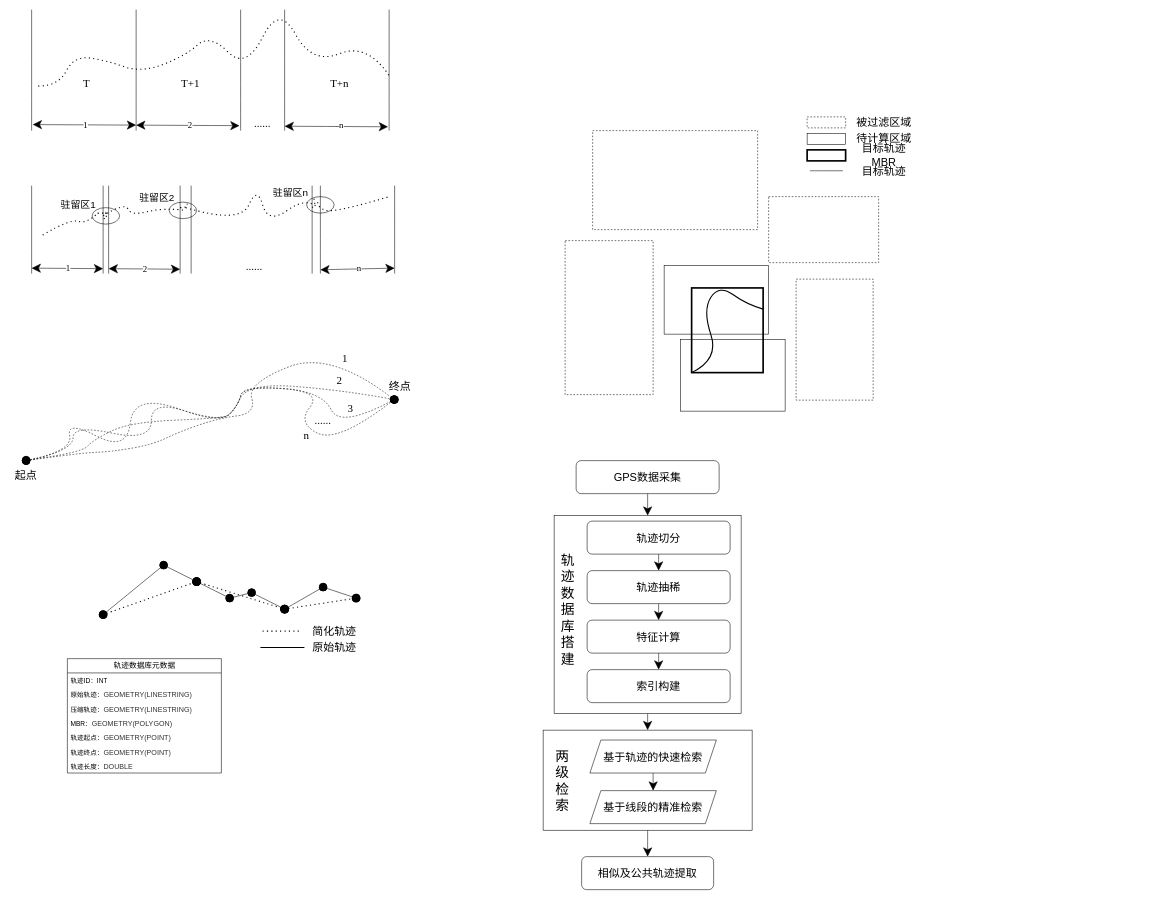
Above: 专利2.drawio in wangwuhua11/draw (draw.io), before the change. Source tidied: cells renumbered, new cells numbered last; positions are measured from the earlier drawing's top-left corner, leaving out a move shared by most shapes. Both pictures are drawn from the tidied source at 55%, with x=0, y=0 at pixel (9, 4).
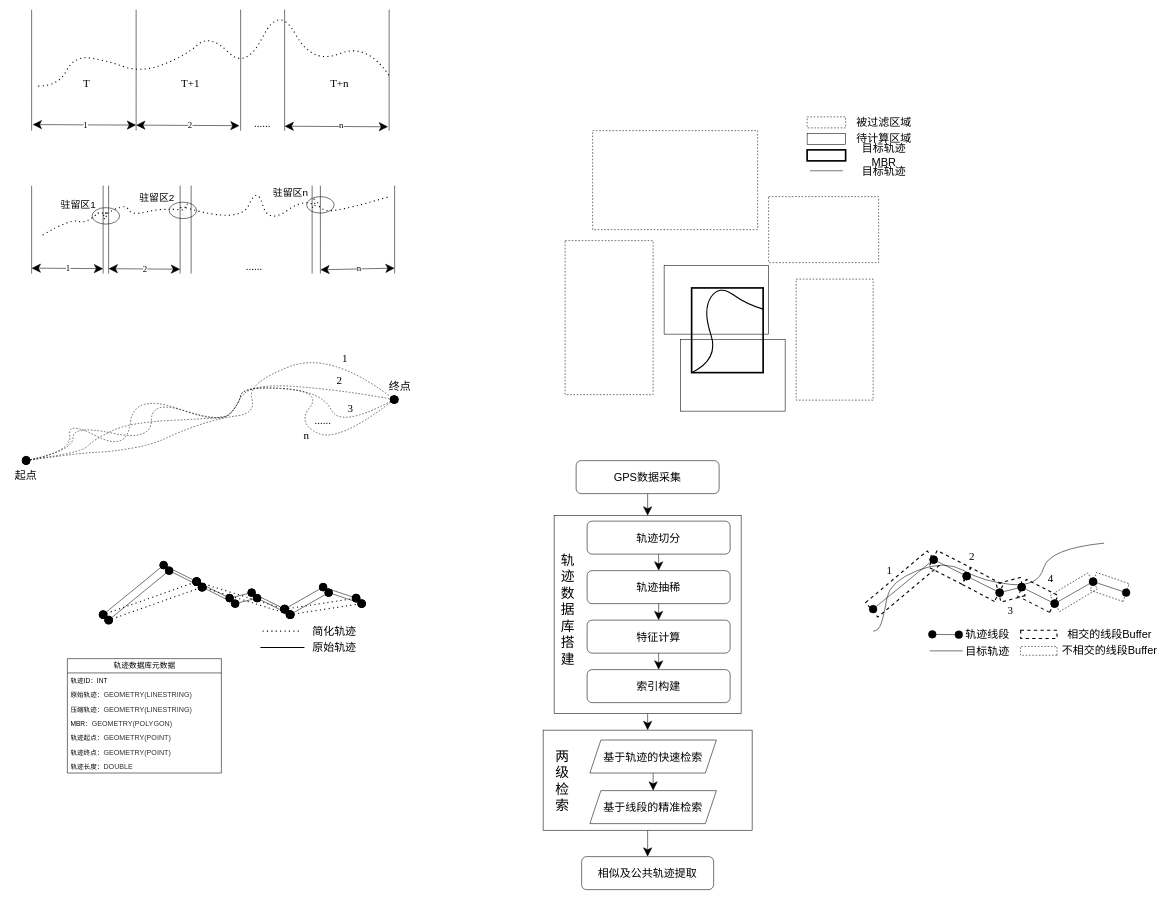
The same diagram, later.

What changed in the source:
```diff
@@
+    <mxCell id="118" style="endArrow=oval;html=1;rounded=0;fontFamily=Architects Daughter;fontSize=16;startSize=14;endSize=14;sourcePerimeterSpacing=8;targetPerimeterSpacing=8;curved=1;startArrow=oval;startFill=1;endFill=1;" parent="1" edge="1">
+      <mxGeometry relative="1" as="geometry">
+        <mxPoint x="180" y="1120" as="sourcePoint" />
+        <mxPoint x="290" y="1030" as="targetPoint" />
+      </mxGeometry>
+    </mxCell>
+    <mxCell id="119" style="endArrow=oval;html=1;rounded=0;fontFamily=Architects Daughter;fontSize=16;startSize=14;endSize=14;sourcePerimeterSpacing=8;targetPerimeterSpacing=8;curved=1;startArrow=oval;startFill=1;endFill=1;" parent="1" edge="1">
+      <mxGeometry relative="1" as="geometry">
+        <mxPoint x="290" y="1030" as="sourcePoint" />
+        <mxPoint x="350" y="1060" as="targetPoint" />
+      </mxGeometry>
+    </mxCell>
+    <mxCell id="120" style="endArrow=oval;html=1;rounded=0;fontFamily=Architects Daughter;fontSize=16;startSize=14;endSize=14;sourcePerimeterSpacing=8;targetPerimeterSpacing=8;curved=1;startArrow=oval;startFill=1;endFill=1;" parent="1" edge="1">
+      <mxGeometry relative="1" as="geometry">
+        <mxPoint x="350" y="1060" as="sourcePoint" />
+        <mxPoint x="410" y="1090" as="targetPoint" />
+      </mxGeometry>
+    </mxCell>
+    <mxCell id="121" style="endArrow=oval;html=1;rounded=0;fontFamily=Architects Daughter;fontSize=16;startSize=14;endSize=14;sourcePerimeterSpacing=8;targetPerimeterSpacing=8;curved=1;startArrow=oval;startFill=1;endFill=1;" parent="1" edge="1">
+      <mxGeometry relative="1" as="geometry">
+        <mxPoint x="410" y="1090" as="sourcePoint" />
+        <mxPoint x="450" y="1080" as="targetPoint" />
+      </mxGeometry>
+    </mxCell>
+    <mxCell id="122" style="endArrow=oval;html=1;rounded=0;fontFamily=Architects Daughter;fontSize=16;startSize=14;endSize=14;sourcePerimeterSpacing=8;targetPerimeterSpacing=8;curved=1;startArrow=oval;startFill=1;endFill=1;" parent="1" edge="1">
+      <mxGeometry relative="1" as="geometry">
+        <mxPoint x="450" y="1080" as="sourcePoint" />
+        <mxPoint x="510" y="1110" as="targetPoint" />
+      </mxGeometry>
+    </mxCell>
+    <mxCell id="123" style="endArrow=oval;html=1;rounded=0;fontFamily=Architects Daughter;fontSize=16;startSize=14;endSize=14;sourcePerimeterSpacing=8;targetPerimeterSpacing=8;curved=1;startArrow=oval;startFill=1;endFill=1;" parent="1" edge="1">
+      <mxGeometry relative="1" as="geometry">
+        <mxPoint x="510" y="1110" as="sourcePoint" />
+        <mxPoint x="580" y="1070" as="targetPoint" />
+      </mxGeometry>
+    </mxCell>
+    <mxCell id="124" style="endArrow=oval;html=1;rounded=0;fontFamily=Architects Daughter;fontSize=16;startSize=14;endSize=14;sourcePerimeterSpacing=8;targetPerimeterSpacing=8;curved=1;startArrow=oval;startFill=1;endFill=1;" parent="1" edge="1">
+      <mxGeometry relative="1" as="geometry">
+        <mxPoint x="580" y="1070" as="sourcePoint" />
+        <mxPoint x="640" y="1090" as="targetPoint" />
+      </mxGeometry>
+    </mxCell>
+    <mxCell id="125" style="endArrow=oval;dashed=1;html=1;dashPattern=1 3;strokeWidth=2;rounded=0;fontFamily=Architects Daughter;fontSize=16;startSize=14;endSize=14;sourcePerimeterSpacing=8;targetPerimeterSpacing=8;curved=1;startArrow=oval;startFill=1;endFill=1;" parent="1" edge="1">
+      <mxGeometry relative="1" as="geometry">
+        <mxPoint x="180" y="1120" as="sourcePoint" />
+        <mxPoint x="350" y="1060" as="targetPoint" />
+      </mxGeometry>
+    </mxCell>
+    <mxCell id="126" style="endArrow=oval;dashed=1;html=1;dashPattern=1 3;strokeWidth=2;rounded=0;fontFamily=Architects Daughter;fontSize=16;startSize=14;endSize=14;sourcePerimeterSpacing=8;targetPerimeterSpacing=8;curved=1;startArrow=oval;startFill=1;endFill=1;" parent="1" edge="1">
+      <mxGeometry relative="1" as="geometry">
+        <mxPoint x="350" y="1060" as="sourcePoint" />
+        <mxPoint x="510" y="1110" as="targetPoint" />
+      </mxGeometry>
+    </mxCell>
+    <mxCell id="127" style="endArrow=oval;dashed=1;html=1;dashPattern=1 3;strokeWidth=2;rounded=0;fontFamily=Architects Daughter;fontSize=16;startSize=14;endSize=14;sourcePerimeterSpacing=8;targetPerimeterSpacing=8;curved=1;startArrow=oval;startFill=1;endFill=1;" parent="1" edge="1">
+      <mxGeometry relative="1" as="geometry">
+        <mxPoint x="510" y="1110" as="sourcePoint" />
+        <mxPoint x="640" y="1090" as="targetPoint" />
+      </mxGeometry>
+    </mxCell>
+    <mxCell id="128" style="endArrow=oval;html=1;rounded=0;fontFamily=Architects Daughter;fontSize=16;startSize=14;endSize=14;sourcePerimeterSpacing=8;targetPerimeterSpacing=8;curved=1;startArrow=oval;startFill=1;endFill=1;" parent="1" edge="1">
+      <mxGeometry relative="1" as="geometry">
+        <mxPoint x="1570" y="1100" as="sourcePoint" />
+        <mxPoint x="1680" y="1010" as="targetPoint" />
+      </mxGeometry>
+    </mxCell>
+    <mxCell id="129" style="endArrow=oval;html=1;rounded=0;fontFamily=Architects Daughter;fontSize=16;startSize=14;endSize=14;sourcePerimeterSpacing=8;targetPerimeterSpacing=8;curved=1;startArrow=oval;startFill=1;endFill=1;" parent="1" edge="1">
+      <mxGeometry relative="1" as="geometry">
+        <mxPoint x="1680" y="1010" as="sourcePoint" />
+        <mxPoint x="1740" y="1040" as="targetPoint" />
+      </mxGeometry>
+    </mxCell>
+    <mxCell id="130" style="endArrow=oval;html=1;rounded=0;fontFamily=Architects Daughter;fontSize=16;startSize=14;endSize=14;sourcePerimeterSpacing=8;targetPerimeterSpacing=8;curved=1;startArrow=oval;startFill=1;endFill=1;" parent="1" edge="1">
+      <mxGeometry relative="1" as="geometry">
+        <mxPoint x="1740" y="1040" as="sourcePoint" />
+        <mxPoint x="1800" y="1070" as="targetPoint" />
+      </mxGeometry>
+    </mxCell>
+    <mxCell id="131" style="endArrow=oval;html=1;rounded=0;fontFamily=Architects Daughter;fontSize=16;startSize=14;endSize=14;sourcePerimeterSpacing=8;targetPerimeterSpacing=8;curved=1;startArrow=oval;startFill=1;endFill=1;" parent="1" edge="1">
+      <mxGeometry relative="1" as="geometry">
+        <mxPoint x="1800" y="1070" as="sourcePoint" />
+        <mxPoint x="1840" y="1060" as="targetPoint" />
+      </mxGeometry>
+    </mxCell>
+    <mxCell id="132" style="endArrow=oval;html=1;rounded=0;fontFamily=Architects Daughter;fontSize=16;startSize=14;endSize=14;sourcePerimeterSpacing=8;targetPerimeterSpacing=8;curved=1;startArrow=oval;startFill=1;endFill=1;" parent="1" edge="1">
+      <mxGeometry relative="1" as="geometry">
+        <mxPoint x="1840" y="1060" as="sourcePoint" />
+        <mxPoint x="1900" y="1090" as="targetPoint" />
+      </mxGeometry>
+    </mxCell>
+    <mxCell id="133" style="endArrow=oval;html=1;rounded=0;fontFamily=Architects Daughter;fontSize=16;startSize=14;endSize=14;sourcePerimeterSpacing=8;targetPerimeterSpacing=8;curved=1;startArrow=oval;startFill=1;endFill=1;" parent="1" edge="1">
+      <mxGeometry relative="1" as="geometry">
+        <mxPoint x="1900" y="1090" as="sourcePoint" />
+        <mxPoint x="1970" y="1050" as="targetPoint" />
+      </mxGeometry>
+    </mxCell>
+    <mxCell id="134" style="endArrow=oval;html=1;rounded=0;fontFamily=Architects Daughter;fontSize=16;startSize=14;endSize=14;sourcePerimeterSpacing=8;targetPerimeterSpacing=8;curved=1;startArrow=oval;startFill=1;endFill=1;" parent="1" edge="1">
+      <mxGeometry relative="1" as="geometry">
+        <mxPoint x="1970" y="1050" as="sourcePoint" />
+        <mxPoint x="2030" y="1070" as="targetPoint" />
+      </mxGeometry>
+    </mxCell>
+    <mxCell id="135" style="rounded=0;whiteSpace=wrap;html=1;fontFamily=Architects Daughter;rotation=117;dashed=1;direction=south;fillColor=none;strokeWidth=2;" parent="1" vertex="1">
+      <mxGeometry x="1692" y="990" width="34.2" height="68" as="geometry" />
+    </mxCell>
+    <mxCell id="136" style="rounded=0;whiteSpace=wrap;html=1;fontFamily=Architects Daughter;rotation=-40;dashed=1;fillColor=none;strokeWidth=2;" parent="1" vertex="1">
+      <mxGeometry x="1550.4" y="1037.1" width="146" height="34.4" as="geometry" />
+    </mxCell>
+    <mxCell id="137" style="rounded=0;whiteSpace=wrap;html=1;fontFamily=Architects Daughter;rotation=118;dashed=1;direction=south;fillColor=none;strokeWidth=2;" parent="1" vertex="1">
+      <mxGeometry x="1752.1" y="1022.2" width="34.2" height="66.3" as="geometry" />
+    </mxCell>
+    <mxCell id="138" style="rounded=0;whiteSpace=wrap;html=1;fontFamily=Architects Daughter;rotation=75;dashed=1;direction=south;fillColor=none;strokeWidth=2;" parent="1" vertex="1">
+      <mxGeometry x="1802.9" y="1042.2" width="34.2" height="45.3" as="geometry" />
+    </mxCell>
+    <mxCell id="139" style="rounded=0;whiteSpace=wrap;html=1;fontFamily=Architects Daughter;rotation=117;dashed=1;direction=south;fillColor=none;strokeWidth=2;" parent="1" vertex="1">
+      <mxGeometry x="1852.6" y="1043.4" width="34.2" height="65" as="geometry" />
+    </mxCell>
+    <mxCell id="140" style="rounded=0;whiteSpace=wrap;html=1;fontFamily=Architects Daughter;rotation=59;dashed=1;direction=south;fillColor=none;" parent="1" vertex="1">
+      <mxGeometry x="1917.8" y="1029.3" width="34" height="80" as="geometry" />
+    </mxCell>
+    <mxCell id="141" style="rounded=0;whiteSpace=wrap;html=1;fontFamily=Architects Daughter;rotation=109;dashed=1;direction=south;fillColor=none;" parent="1" vertex="1">
+      <mxGeometry x="1983" y="1028.2" width="34.2" height="63" as="geometry" />
+    </mxCell>
+    <mxCell id="142" style="curved=1;endArrow=none;html=1;rounded=0;fontFamily=Architects Daughter;fontSize=16;startSize=14;endSize=14;sourcePerimeterSpacing=8;targetPerimeterSpacing=8;endFill=0;" parent="1" edge="1">
+      <mxGeometry relative="1" as="geometry">
+        <mxPoint x="1570" y="1140" as="sourcePoint" />
+        <mxPoint x="1990" y="980" as="targetPoint" />
+        <Array as="points">
+          <mxPoint x="1580" y="1140" />
+          <mxPoint x="1590" y="1110" />
+          <mxPoint x="1600" y="1050" />
+          <mxPoint x="1700" y="1010" />
+          <mxPoint x="1770" y="1050" />
+          <mxPoint x="1870" y="1060" />
+          <mxPoint x="1890" y="990" />
+        </Array>
+      </mxGeometry>
+    </mxCell>
+    <mxCell id="143" style="endArrow=oval;html=1;rounded=0;fontFamily=Architects Daughter;fontSize=16;startSize=14;endSize=14;sourcePerimeterSpacing=8;targetPerimeterSpacing=8;curved=1;startArrow=oval;startFill=1;endFill=1;" parent="1" edge="1">
+      <mxGeometry relative="1" as="geometry">
+        <mxPoint x="1677.6" y="1145.9" as="sourcePoint" />
+        <mxPoint x="1725.8" y="1146.5" as="targetPoint" />
+      </mxGeometry>
+    </mxCell>
+    <mxCell id="144" value="&lt;font face=&quot;宋体&quot;&gt;轨迹线段&lt;/font&gt;" style="text;html=1;align=center;verticalAlign=middle;whiteSpace=wrap;rounded=0;fontSize=20;fontFamily=Architects Daughter;" parent="1" vertex="1">
+      <mxGeometry x="1732.8" y="1130.9" width="90" height="30" as="geometry" />
+    </mxCell>
+    <mxCell id="145" style="endArrow=none;html=1;rounded=0;fontFamily=Architects Daughter;fontSize=16;startSize=14;endSize=14;sourcePerimeterSpacing=8;targetPerimeterSpacing=8;curved=1;" parent="1" edge="1">
+      <mxGeometry relative="1" as="geometry">
+        <mxPoint x="1672.8" y="1175.9" as="sourcePoint" />
+        <mxPoint x="1732.8" y="1175.9" as="targetPoint" />
+      </mxGeometry>
+    </mxCell>
+    <mxCell id="146" value="&lt;font face=&quot;宋体&quot;&gt;目标轨迹&lt;/font&gt;" style="text;html=1;align=center;verticalAlign=middle;whiteSpace=wrap;rounded=0;fontSize=20;fontFamily=Architects Daughter;" parent="1" vertex="1">
+      <mxGeometry x="1732.8" y="1160.9" width="90" height="30" as="geometry" />
+    </mxCell>
+    <mxCell id="147" style="rounded=0;whiteSpace=wrap;html=1;fontFamily=Architects Daughter;rotation=0;dashed=1;fillColor=none;strokeWidth=2;" parent="1" vertex="1">
+      <mxGeometry x="1838.3" y="1138.4" width="66" height="15" as="geometry" />
+    </mxCell>
+    <mxCell id="148" style="rounded=0;whiteSpace=wrap;html=1;fontFamily=Architects Daughter;rotation=90;dashed=1;direction=south;fillColor=none;" parent="1" vertex="1">
+      <mxGeometry x="1863.1" y="1142.6" width="16" height="66.5" as="geometry" />
+    </mxCell>
+    <mxCell id="149" value="&lt;font face=&quot;宋体&quot;&gt;相交的线段Buffer&lt;/font&gt;" style="text;html=1;align=center;verticalAlign=middle;whiteSpace=wrap;rounded=0;fontSize=20;fontFamily=Architects Daughter;" parent="1" vertex="1">
+      <mxGeometry x="1919" y="1130.9" width="162.2" height="30" as="geometry" />
+    </mxCell>
+    <mxCell id="150" value="&lt;font face=&quot;宋体&quot;&gt;不相交的线段Buffer&lt;/font&gt;" style="text;html=1;align=center;verticalAlign=middle;whiteSpace=wrap;rounded=0;fontSize=20;fontFamily=Architects Daughter;" parent="1" vertex="1">
+      <mxGeometry x="1904.3" y="1160" width="191.7" height="30" as="geometry" />
+    </mxCell>
+    <mxCell id="151" value="&lt;font face=&quot;Times New Roman&quot;&gt;1&lt;/font&gt;" style="text;html=1;align=center;verticalAlign=middle;whiteSpace=wrap;rounded=0;fontSize=20;fontFamily=Architects Daughter;" parent="1" vertex="1">
+      <mxGeometry x="1570" y="1014" width="60" height="30" as="geometry" />
+    </mxCell>
+    <mxCell id="152" value="&lt;font face=&quot;Times New Roman&quot;&gt;2&lt;/font&gt;" style="text;html=1;align=center;verticalAlign=middle;whiteSpace=wrap;rounded=0;fontSize=20;fontFamily=Architects Daughter;" parent="1" vertex="1">
+      <mxGeometry x="1720" y="990" width="60" height="30" as="geometry" />
+    </mxCell>
+    <mxCell id="153" value="&lt;font face=&quot;Times New Roman&quot;&gt;3&lt;/font&gt;" style="text;html=1;align=center;verticalAlign=middle;whiteSpace=wrap;rounded=0;fontSize=20;fontFamily=Architects Daughter;" parent="1" vertex="1">
+      <mxGeometry x="1790" y="1087.5" width="60" height="30" as="geometry" />
+    </mxCell>
+    <mxCell id="154" value="&lt;font face=&quot;Times New Roman&quot;&gt;4&lt;/font&gt;" style="text;html=1;align=center;verticalAlign=middle;whiteSpace=wrap;rounded=0;fontSize=20;fontFamily=Architects Daughter;" parent="1" vertex="1">
+      <mxGeometry x="1863.1" y="1029.3" width="60" height="30" as="geometry" />
+    </mxCell>
```
